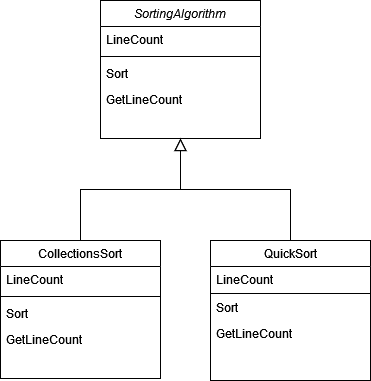
jonaling/MegaportAssesment120322 keeps this draw.io diagram as ClassDiagram.drawio.png. Above is the earlier version. Source tidied: cells renumbered, new cells last; positions are measured from the earlier drawing's top-left corner, leaving out a move shared by most shapes.
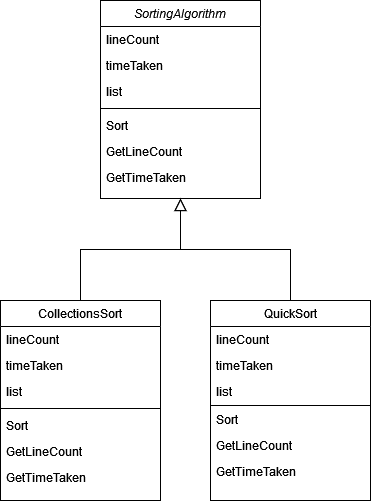
The same diagram one commit later.

Commit message:
Updated variables and methods for constructors

Diff of the diagram source:
```diff
@@ -3,53 +3,80 @@
     <mxCell id="0" />
     <mxCell id="1" parent="0" />
     <mxCell id="2" value="SortingAlgorithm" style="swimlane;fontStyle=2;align=center;verticalAlign=top;horizontal=1;startSize=26;rounded=0;shadow=0;strokeWidth=1;" parent="1" vertex="1">
-      <mxGeometry x="100" width="160" height="138" as="geometry" />
+      <mxGeometry x="100" y="-60" width="160" height="198" as="geometry" />
     </mxCell>
-    <mxCell id="3" value="LineCount" style="text;align=left;verticalAlign=top;spacingLeft=4;spacingRight=4;overflow=hidden;rounded=0;shadow=0;html=0;" parent="2" vertex="1">
+    <mxCell id="3" value="lineCount" style="text;align=left;verticalAlign=top;spacingLeft=4;spacingRight=4;overflow=hidden;rounded=0;shadow=0;html=0;" parent="2" vertex="1">
       <mxGeometry y="26" width="160" height="26" as="geometry" />
     </mxCell>
+    <mxCell id="19" value="timeTaken" style="text;align=left;verticalAlign=top;spacingLeft=4;spacingRight=4;overflow=hidden;rounded=0;shadow=0;html=0;" parent="2" vertex="1">
+      <mxGeometry y="52" width="160" height="26" as="geometry" />
+    </mxCell>
+    <mxCell id="20" value="list" style="text;align=left;verticalAlign=top;spacingLeft=4;spacingRight=4;overflow=hidden;rounded=0;shadow=0;html=0;" parent="2" vertex="1">
+      <mxGeometry y="78" width="160" height="26" as="geometry" />
+    </mxCell>
     <mxCell id="4" style="line;html=1;strokeWidth=1;align=left;verticalAlign=middle;spacingTop=-1;spacingLeft=3;spacingRight=3;labelPosition=right;" parent="2" vertex="1">
-      <mxGeometry y="52" width="160" height="8" as="geometry" />
+      <mxGeometry y="104" width="160" height="8" as="geometry" />
     </mxCell>
     <mxCell id="5" value="Sort" style="text;align=left;verticalAlign=top;spacingLeft=4;spacingRight=4;overflow=hidden;" parent="2" vertex="1">
-      <mxGeometry y="60" width="160" height="26" as="geometry" />
+      <mxGeometry y="112" width="160" height="26" as="geometry" />
     </mxCell>
     <mxCell id="6" value="GetLineCount" style="text;align=left;verticalAlign=top;spacingLeft=4;spacingRight=4;overflow=hidden;" parent="2" vertex="1">
-      <mxGeometry y="86" width="160" height="26" as="geometry" />
+      <mxGeometry y="138" width="160" height="26" as="geometry" />
     </mxCell>
+    <mxCell id="21" value="GetTimeTaken" style="text;align=left;verticalAlign=top;spacingLeft=4;spacingRight=4;overflow=hidden;fontStyle=0;" parent="2" vertex="1">
+      <mxGeometry y="164" width="160" height="26" as="geometry" />
+    </mxCell>
     <mxCell id="7" value="CollectionsSort" style="swimlane;fontStyle=0;align=center;verticalAlign=top;horizontal=1;startSize=26;rounded=0;shadow=0;strokeWidth=1;" parent="1" vertex="1">
-      <mxGeometry y="240" width="160" height="138" as="geometry" />
+      <mxGeometry y="240" width="160" height="200" as="geometry" />
     </mxCell>
-    <mxCell id="8" value="LineCount" style="text;align=left;verticalAlign=top;spacingLeft=4;spacingRight=4;overflow=hidden;" parent="7" vertex="1">
+    <mxCell id="8" value="lineCount" style="text;align=left;verticalAlign=top;spacingLeft=4;spacingRight=4;overflow=hidden;" parent="7" vertex="1">
       <mxGeometry y="26" width="160" height="26" as="geometry" />
     </mxCell>
+    <mxCell id="22" value="timeTaken" style="text;align=left;verticalAlign=top;spacingLeft=4;spacingRight=4;overflow=hidden;rounded=0;shadow=0;html=0;" parent="7" vertex="1">
+      <mxGeometry y="52" width="160" height="26" as="geometry" />
+    </mxCell>
+    <mxCell id="23" value="list" style="text;align=left;verticalAlign=top;spacingLeft=4;spacingRight=4;overflow=hidden;rounded=0;shadow=0;html=0;" parent="7" vertex="1">
+      <mxGeometry y="78" width="160" height="26" as="geometry" />
+    </mxCell>
     <mxCell id="9" style="line;html=1;strokeWidth=1;align=left;verticalAlign=middle;spacingTop=-1;spacingLeft=3;spacingRight=3;labelPosition=right;" parent="7" vertex="1">
-      <mxGeometry y="52" width="160" height="8" as="geometry" />
+      <mxGeometry y="104" width="160" height="8" as="geometry" />
     </mxCell>
     <mxCell id="10" value="Sort" style="text;align=left;verticalAlign=top;spacingLeft=4;spacingRight=4;overflow=hidden;fontStyle=0;" parent="7" vertex="1">
-      <mxGeometry y="60" width="160" height="26" as="geometry" />
+      <mxGeometry y="112" width="160" height="26" as="geometry" />
     </mxCell>
     <mxCell id="11" value="GetLineCount" style="text;align=left;verticalAlign=top;spacingLeft=4;spacingRight=4;overflow=hidden;fontStyle=0;" parent="7" vertex="1">
-      <mxGeometry y="86" width="160" height="26" as="geometry" />
+      <mxGeometry y="138" width="160" height="26" as="geometry" />
     </mxCell>
+    <mxCell id="24" value="GetTimeTaken" style="text;align=left;verticalAlign=top;spacingLeft=4;spacingRight=4;overflow=hidden;fontStyle=0;" parent="7" vertex="1">
+      <mxGeometry y="164" width="160" height="26" as="geometry" />
+    </mxCell>
     <mxCell id="12" style="endArrow=block;endSize=10;endFill=0;shadow=0;strokeWidth=1;rounded=0;edgeStyle=elbowEdgeStyle;elbow=vertical;" parent="1" edge="1" source="7" target="2">
       <mxGeometry relative="1" as="geometry" />
     </mxCell>
     <mxCell id="13" value="QuickSort" style="swimlane;fontStyle=0;align=center;verticalAlign=top;horizontal=1;startSize=26;rounded=0;shadow=0;strokeWidth=1;" parent="1" vertex="1">
-      <mxGeometry x="210" y="240" width="160" height="140" as="geometry" />
+      <mxGeometry x="210" y="240" width="160" height="200" as="geometry" />
     </mxCell>
-    <mxCell id="14" value="LineCount" style="text;align=left;verticalAlign=top;spacingLeft=4;spacingRight=4;overflow=hidden;" parent="13" vertex="1">
+    <mxCell id="14" value="lineCount" style="text;align=left;verticalAlign=top;spacingLeft=4;spacingRight=4;overflow=hidden;" parent="13" vertex="1">
       <mxGeometry y="26" width="160" height="26" as="geometry" />
     </mxCell>
+    <mxCell id="25" value="timeTaken" style="text;align=left;verticalAlign=top;spacingLeft=4;spacingRight=4;overflow=hidden;rounded=0;shadow=0;html=0;" parent="13" vertex="1">
+      <mxGeometry y="52" width="160" height="26" as="geometry" />
+    </mxCell>
+    <mxCell id="26" value="list" style="text;align=left;verticalAlign=top;spacingLeft=4;spacingRight=4;overflow=hidden;rounded=0;shadow=0;html=0;" parent="13" vertex="1">
+      <mxGeometry y="78" width="160" height="26" as="geometry" />
+    </mxCell>
     <mxCell id="15" style="line;html=1;strokeWidth=1;align=left;verticalAlign=middle;spacingTop=-1;spacingLeft=3;spacingRight=3;labelPosition=right;" parent="13" vertex="1">
-      <mxGeometry y="52" width="160" height="2" as="geometry" />
+      <mxGeometry y="104" width="160" height="2" as="geometry" />
     </mxCell>
     <mxCell id="16" value="Sort" style="text;align=left;verticalAlign=top;spacingLeft=4;spacingRight=4;overflow=hidden;fontStyle=0;" parent="13" vertex="1">
-      <mxGeometry y="54" width="160" height="26" as="geometry" />
+      <mxGeometry y="106" width="160" height="26" as="geometry" />
     </mxCell>
     <mxCell id="17" value="GetLineCount" style="text;align=left;verticalAlign=top;spacingLeft=4;spacingRight=4;overflow=hidden;fontStyle=0;" parent="13" vertex="1">
-      <mxGeometry y="80" width="160" height="26" as="geometry" />
+      <mxGeometry y="132" width="160" height="26" as="geometry" />
     </mxCell>
+    <mxCell id="27" value="GetTimeTaken" style="text;align=left;verticalAlign=top;spacingLeft=4;spacingRight=4;overflow=hidden;fontStyle=0;" parent="13" vertex="1">
+      <mxGeometry y="158" width="160" height="26" as="geometry" />
+    </mxCell>
     <mxCell id="18" style="endArrow=block;endSize=10;endFill=0;shadow=0;strokeWidth=1;rounded=0;edgeStyle=elbowEdgeStyle;elbow=vertical;" parent="1" edge="1" source="13" target="2">
       <mxGeometry relative="1" as="geometry" />
     </mxCell>
```
